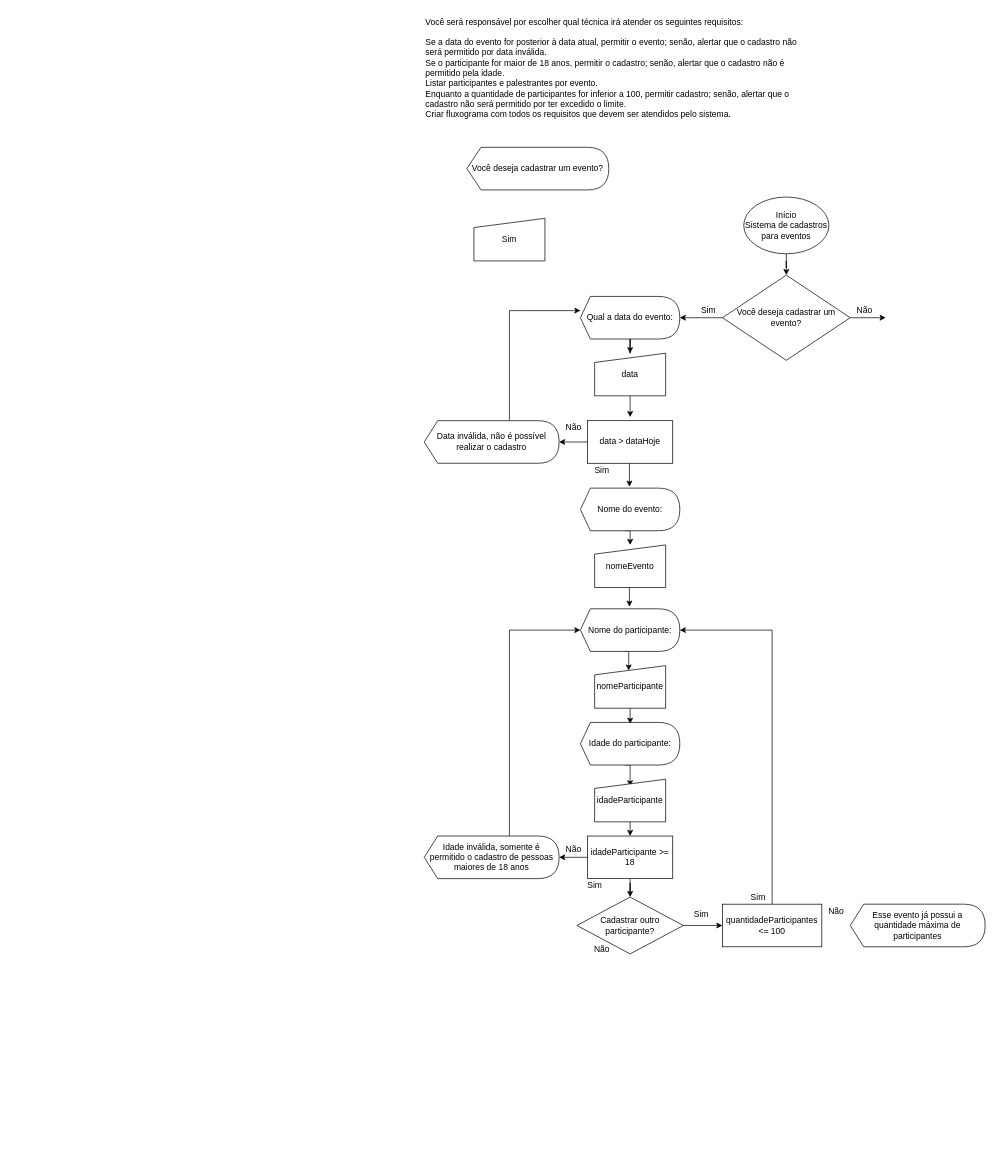
Before: Untitled Diagram.drawio in gerlaneln/Cadeiras-Bom-Repouso, a draw.io diagram. Source tidied: cells renumbered, new cells numbered last; positions are measured from the earlier drawing's top-left corner, leaving out a move shared by most shapes. Both pictures are drawn from the tidied source at 71%, with x=0, y=0 at pixel (424, 12).
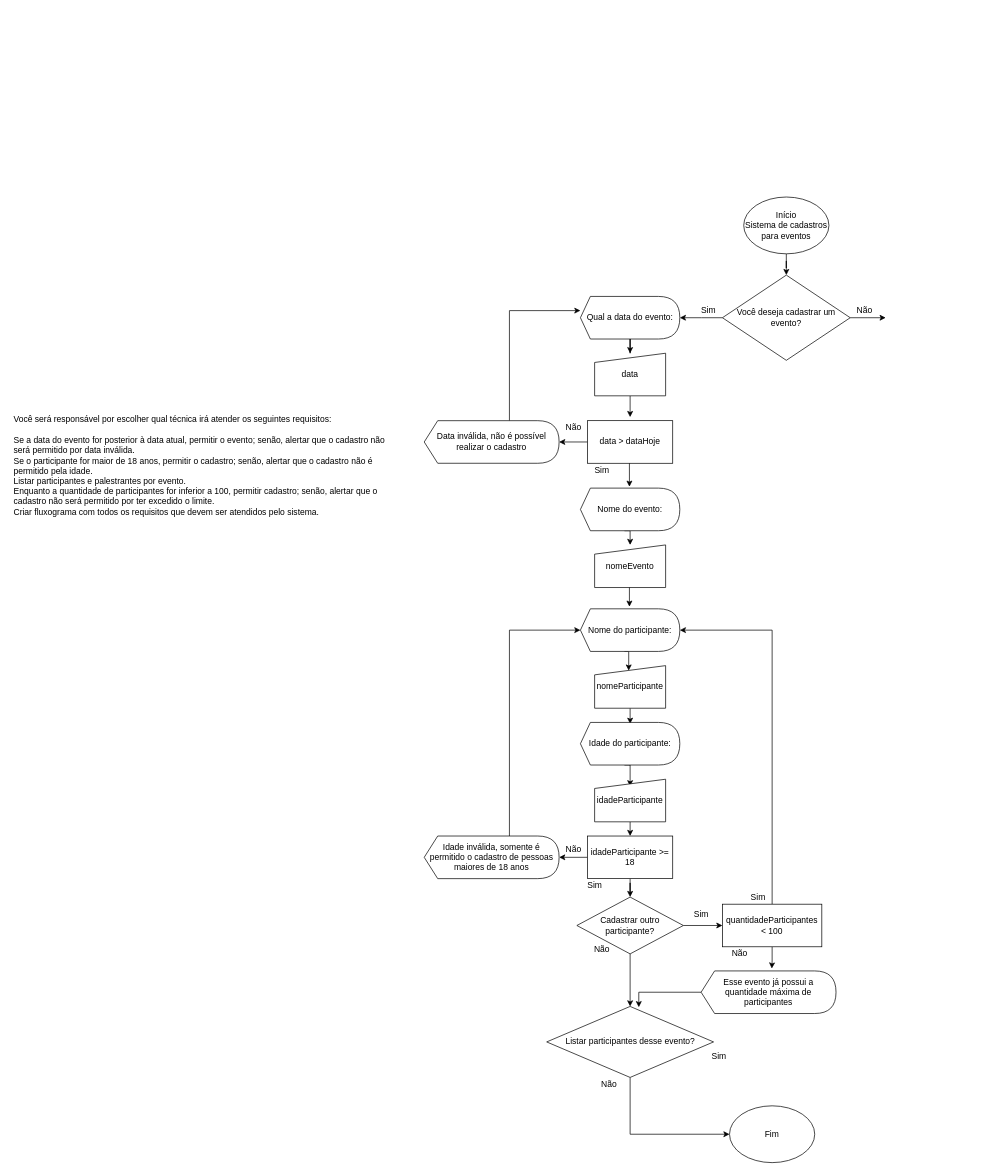
The same diagram, later.

The change refers to these unchanged cells:
```xml
<mxCell id="49" value="&lt;span&gt;Cadastrar outro participante?&lt;/span&gt;" style="rhombus;whiteSpace=wrap;html=1;rounded=0;sketch=0;strokeWidth=1;" parent="1" vertex="1">
  <mxGeometry x="215" y="1246" width="150" height="80" as="geometry" />
</mxCell>
```

Change to the diagram source:
```diff
@@
-    <mxCell id="2" value="Você será responsável por escolher qual técnica irá atender os seguintes requisitos:&#10;&#10;Se a data do evento for posterior à data atual, permitir o evento; senão, alertar que o cadastro não será permitido por data inválida.&#10;Se o participante for maior de 18 anos, permitir o cadastro; senão, alertar que o cadastro não é permitido pela idade.&#10;Listar participantes e palestrantes por evento.&#10;Enquanto a quantidade de participantes for inferior a 100, permitir cadastro; senão, alertar que o cadastro não será permitido por ter excedido o limite.&#10;Criar fluxograma com todos os requisitos que devem ser atendidos pelo sistema." style="text;whiteSpace=wrap;html=1;" parent="1" vertex="1">
-      <mxGeometry width="550" height="160" as="geometry" />
+    <mxCell id="2" value="Você será responsável por escolher qual técnica irá atender os seguintes requisitos: &#10; &#10;Se a data do evento for posterior à data atual, permitir o evento; senão, alertar que o cadastro não será permitido por data inválida. &#10;Se o participante for maior de 18 anos, permitir o cadastro; senão, alertar que o cadastro não é permitido pela idade. &#10;Listar participantes e palestrantes por evento. &#10;Enquanto a quantidade de participantes for inferior a 100, permitir cadastro; senão, alertar que o cadastro não será permitido por ter excedido o limite. &#10;Criar fluxograma com todos os requisitos que devem ser atendidos pelo sistema." style="text;whiteSpace=wrap;html=1;" parent="1" vertex="1">
+      <mxGeometry x="-580" y="560" width="550" height="160" as="geometry" />
     </mxCell>
@@
-    <mxCell id="7" value="Você deseja cadastrar um evento?" style="shape=display;whiteSpace=wrap;html=1;size=0.1;" parent="1" vertex="1">
-      <mxGeometry x="60" y="190" width="200" height="60" as="geometry" />
-    </mxCell>
@@
-    <mxCell id="9" value="Sim" style="html=1;strokeWidth=1;shape=manualInput;whiteSpace=wrap;rounded=0;size=13;arcSize=11;sketch=0;" parent="1" vertex="1">
-      <mxGeometry x="70" y="290" width="100" height="60" as="geometry" />
-    </mxCell>
@@
+    <mxCell id="51" style="edgeStyle=orthogonalEdgeStyle;rounded=0;jettySize=auto;html=1;entryX=0.524;entryY=-0.056;entryDx=0;entryDy=0;entryPerimeter=0;" parent="1" edge="1" source="45" target="50">
+      <mxGeometry relative="1" as="geometry" />
+    </mxCell>
-    <mxCell id="45" value="quantidadeParticipantes &amp;lt;= 100" style="rounded=0;whiteSpace=wrap;html=1;sketch=0;strokeWidth=1;" parent="1" vertex="1">
+    <mxCell id="45" value="quantidadeParticipantes &amp;lt; 100" style="rounded=0;whiteSpace=wrap;html=1;sketch=0;strokeWidth=1;" parent="1" vertex="1">
       <mxGeometry x="420" y="1256" width="140" height="60" as="geometry" />
     </mxCell>
@@
     <mxCell id="47" value="Não" style="text;html=1;align=center;verticalAlign=middle;strokeColor=none;fillColor=none;" parent="1" vertex="1">
-      <mxGeometry x="560" y="1256" width="40" height="20" as="geometry" />
+      <mxGeometry x="424" y="1316" width="40" height="20" as="geometry" />
     </mxCell>
@@
+    <mxCell id="52" style="edgeStyle=orthogonalEdgeStyle;rounded=0;jettySize=auto;html=1;exitX=0.5;exitY=1;exitDx=0;exitDy=0;entryX=0.5;entryY=0;entryDx=0;entryDy=0;" parent="1" edge="1" source="49" target="55">
+      <mxGeometry relative="1" as="geometry" />
+    </mxCell>
@@
+    <mxCell id="53" style="edgeStyle=orthogonalEdgeStyle;rounded=0;jettySize=auto;html=1;entryX=0.552;entryY=0.011;entryDx=0;entryDy=0;entryPerimeter=0;" parent="1" edge="1" source="50" target="55">
+      <mxGeometry relative="1" as="geometry">
+        <Array as="points">
+          <mxPoint x="302" y="1380" />
+        </Array>
+      </mxGeometry>
+    </mxCell>
     <mxCell id="50" value="Esse evento já possui a quantidade máxima de participantes" style="shape=display;whiteSpace=wrap;html=1;size=0.1;" parent="1" vertex="1">
-      <mxGeometry x="600" y="1256" width="190" height="60" as="geometry" />
+      <mxGeometry x="390" y="1350" width="190" height="60" as="geometry" />
     </mxCell>
+    <mxCell id="54" style="edgeStyle=orthogonalEdgeStyle;rounded=0;jettySize=auto;html=1;entryX=0;entryY=0.5;entryDx=0;entryDy=0;" parent="1" edge="1" source="55" target="57">
+      <mxGeometry relative="1" as="geometry">
+        <Array as="points">
+          <mxPoint x="290" y="1580" />
+        </Array>
+      </mxGeometry>
+    </mxCell>
+    <mxCell id="55" value="&lt;span&gt;Listar participantes desse evento?&lt;/span&gt;" style="rhombus;whiteSpace=wrap;html=1;rounded=0;sketch=0;strokeWidth=1;" parent="1" vertex="1">
+      <mxGeometry x="172.5" y="1400" width="235" height="100" as="geometry" />
+    </mxCell>
+    <mxCell id="56" value="Não" style="text;html=1;align=center;verticalAlign=middle;strokeColor=none;fillColor=none;" parent="1" vertex="1">
+      <mxGeometry x="240" y="1500" width="40" height="20" as="geometry" />
+    </mxCell>
+    <mxCell id="9" value="Sim" style="text;html=1;align=center;verticalAlign=middle;strokeColor=none;fillColor=none;" parent="1" vertex="1">
+      <mxGeometry x="395" y="1460" width="40" height="20" as="geometry" />
+    </mxCell>
+    <mxCell id="57" value="Fim" style="ellipse;whiteSpace=wrap;html=1;" parent="1" vertex="1">
+      <mxGeometry x="430" y="1540" width="120" height="80" as="geometry" />
+    </mxCell>
```
